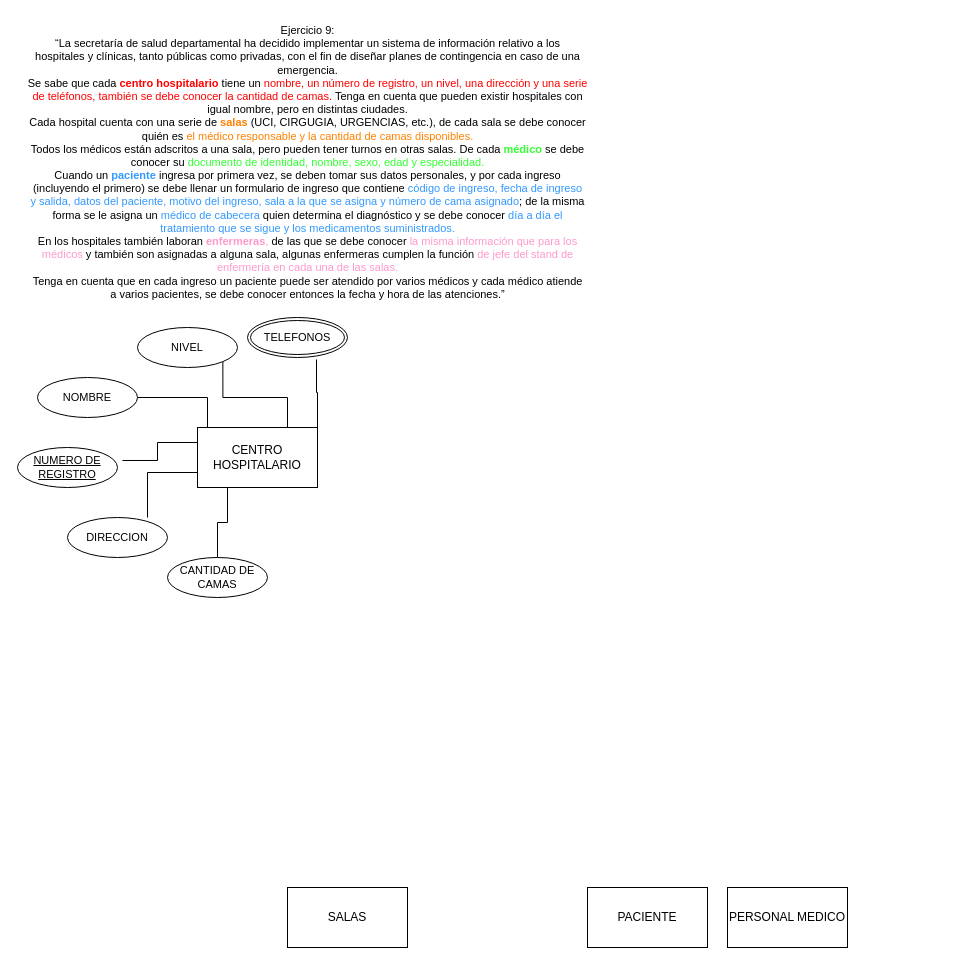
This is page "Página-5" (5 of 5) of Diagrama sin título.drawio from Cris25nkl/DIAGRAMS_BD, a draw.io file, before an edit. Source tidied: cells renumbered, new cells numbered last; positions are measured from the earlier drawing's top-left corner, leaving out a move shared by most shapes. Both pictures are drawn from the tidied source at 100%, with x=0, y=0 at pixel (17, 17).
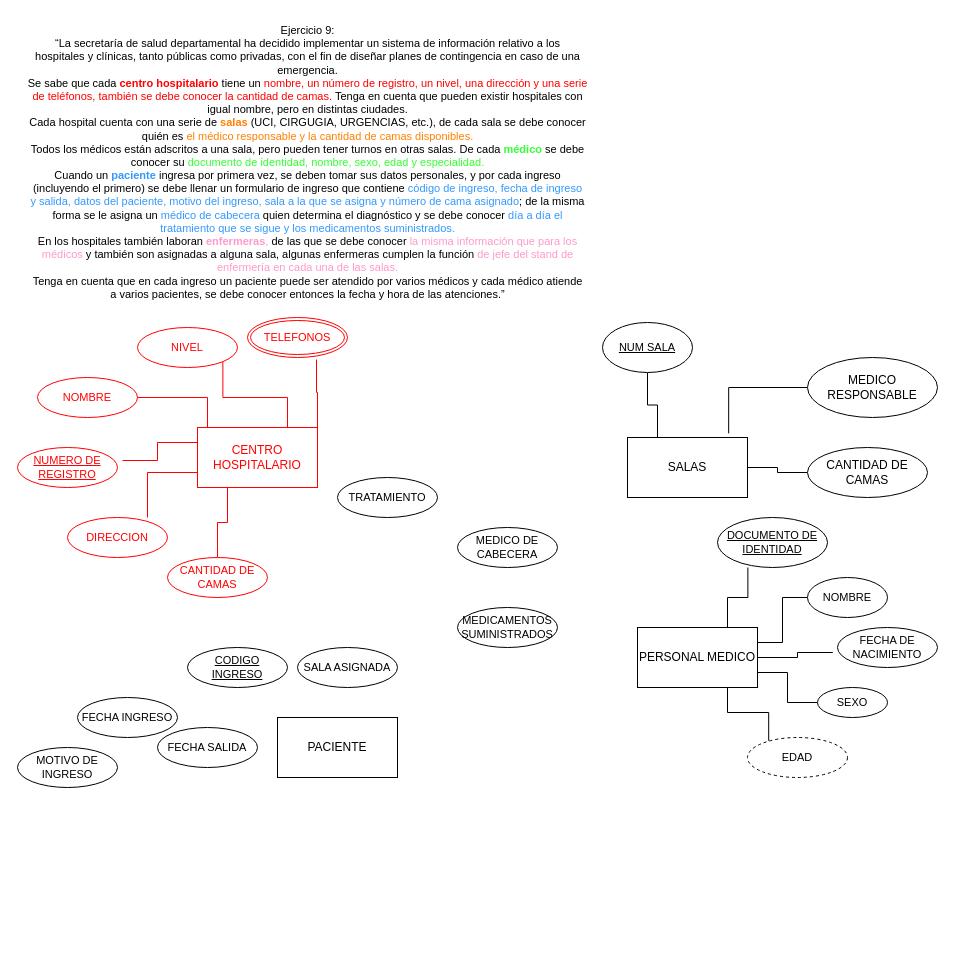
The same page after the edit.

The edit, as a diff of the source:
```diff
@@
-    <mxCell id="3" style="edgeStyle=orthogonalEdgeStyle;shape=connector;rounded=0;jettySize=auto;html=1;exitX=1;exitY=0;exitDx=0;exitDy=0;entryX=0.69;entryY=1.05;entryDx=0;entryDy=0;entryPerimeter=0;labelBackgroundColor=default;strokeColor=default;fontFamily=Helvetica;fontSize=11;fontColor=default;endArrow=none;endFill=0;" parent="1" edge="1" source="9" target="17">
+    <mxCell id="3" style="edgeStyle=orthogonalEdgeStyle;shape=connector;rounded=0;jettySize=auto;html=1;exitX=1;exitY=0;exitDx=0;exitDy=0;entryX=0.69;entryY=1.05;entryDx=0;entryDy=0;entryPerimeter=0;labelBackgroundColor=default;strokeColor=#FF0000;fontFamily=Helvetica;fontSize=11;fontColor=#FF0000;endArrow=none;endFill=0;" parent="1" edge="1" source="9" target="17">
       <mxGeometry relative="1" as="geometry" />
     </mxCell>
-    <mxCell id="4" style="edgeStyle=orthogonalEdgeStyle;shape=connector;rounded=0;jettySize=auto;html=1;exitX=0.75;exitY=0;exitDx=0;exitDy=0;entryX=1;entryY=1;entryDx=0;entryDy=0;labelBackgroundColor=default;strokeColor=default;fontFamily=Helvetica;fontSize=11;fontColor=default;endArrow=none;endFill=0;" parent="1" edge="1" source="9" target="15">
+    <mxCell id="4" style="edgeStyle=orthogonalEdgeStyle;shape=connector;rounded=0;jettySize=auto;html=1;exitX=0.75;exitY=0;exitDx=0;exitDy=0;entryX=1;entryY=1;entryDx=0;entryDy=0;labelBackgroundColor=default;strokeColor=#FF0000;fontFamily=Helvetica;fontSize=11;fontColor=#FF0000;endArrow=none;endFill=0;" parent="1" edge="1" source="9" target="15">
       <mxGeometry relative="1" as="geometry" />
     </mxCell>
-    <mxCell id="5" style="edgeStyle=orthogonalEdgeStyle;shape=connector;rounded=0;jettySize=auto;html=1;exitX=0.25;exitY=0;exitDx=0;exitDy=0;entryX=1;entryY=0.5;entryDx=0;entryDy=0;labelBackgroundColor=default;strokeColor=default;fontFamily=Helvetica;fontSize=11;fontColor=default;endArrow=none;endFill=0;" parent="1" edge="1" source="9" target="13">
+    <mxCell id="5" style="edgeStyle=orthogonalEdgeStyle;shape=connector;rounded=0;jettySize=auto;html=1;exitX=0.25;exitY=0;exitDx=0;exitDy=0;entryX=1;entryY=0.5;entryDx=0;entryDy=0;labelBackgroundColor=default;strokeColor=#FF0000;fontFamily=Helvetica;fontSize=11;fontColor=#FF0000;endArrow=none;endFill=0;" parent="1" edge="1" source="9" target="13">
       <mxGeometry relative="1" as="geometry">
         <Array as="points">
           <mxPoint x="190" y="410" />
           <mxPoint x="190" y="380" />
         </Array>
       </mxGeometry>
     </mxCell>
-    <mxCell id="6" style="edgeStyle=orthogonalEdgeStyle;shape=connector;rounded=0;jettySize=auto;html=1;exitX=0;exitY=0.25;exitDx=0;exitDy=0;entryX=1.05;entryY=0.325;entryDx=0;entryDy=0;entryPerimeter=0;labelBackgroundColor=default;strokeColor=default;fontFamily=Helvetica;fontSize=11;fontColor=default;endArrow=none;endFill=0;" parent="1" edge="1" source="9" target="14">
+    <mxCell id="6" style="edgeStyle=orthogonalEdgeStyle;shape=connector;rounded=0;jettySize=auto;html=1;exitX=0;exitY=0.25;exitDx=0;exitDy=0;entryX=1.05;entryY=0.325;entryDx=0;entryDy=0;entryPerimeter=0;labelBackgroundColor=default;strokeColor=#FF0000;fontFamily=Helvetica;fontSize=11;fontColor=#FF0000;endArrow=none;endFill=0;" parent="1" edge="1" source="9" target="14">
       <mxGeometry relative="1" as="geometry" />
     </mxCell>
-    <mxCell id="7" style="edgeStyle=orthogonalEdgeStyle;shape=connector;rounded=0;jettySize=auto;html=1;exitX=0;exitY=0.75;exitDx=0;exitDy=0;entryX=0.8;entryY=0;entryDx=0;entryDy=0;entryPerimeter=0;labelBackgroundColor=default;strokeColor=default;fontFamily=Helvetica;fontSize=11;fontColor=default;endArrow=none;endFill=0;" parent="1" edge="1" source="9" target="16">
+    <mxCell id="7" style="edgeStyle=orthogonalEdgeStyle;shape=connector;rounded=0;jettySize=auto;html=1;exitX=0;exitY=0.75;exitDx=0;exitDy=0;entryX=0.8;entryY=0;entryDx=0;entryDy=0;entryPerimeter=0;labelBackgroundColor=default;strokeColor=#FF0000;fontFamily=Helvetica;fontSize=11;fontColor=#FF0000;endArrow=none;endFill=0;" parent="1" edge="1" source="9" target="16">
       <mxGeometry relative="1" as="geometry" />
     </mxCell>
-    <mxCell id="8" style="edgeStyle=orthogonalEdgeStyle;shape=connector;rounded=0;jettySize=auto;html=1;exitX=0.25;exitY=1;exitDx=0;exitDy=0;labelBackgroundColor=default;strokeColor=default;fontFamily=Helvetica;fontSize=11;fontColor=default;endArrow=none;endFill=0;" parent="1" edge="1" source="9" target="18">
+    <mxCell id="8" style="edgeStyle=orthogonalEdgeStyle;shape=connector;rounded=0;jettySize=auto;html=1;exitX=0.25;exitY=1;exitDx=0;exitDy=0;labelBackgroundColor=default;strokeColor=#FF0000;fontFamily=Helvetica;fontSize=11;fontColor=#FF0000;endArrow=none;endFill=0;" parent="1" edge="1" source="9" target="18">
       <mxGeometry relative="1" as="geometry" />
     </mxCell>
-    <mxCell id="9" value="CENTRO HOSPITALARIO" style="whiteSpace=wrap;html=1;" parent="1" vertex="1">
+    <mxCell id="9" value="CENTRO HOSPITALARIO" style="whiteSpace=wrap;html=1;strokeColor=#FF0000;fontColor=#FF0000;" parent="1" vertex="1">
       <mxGeometry x="180" y="410" width="120" height="60" as="geometry" />
     </mxCell>
+    <mxCell id="19" style="edgeStyle=orthogonalEdgeStyle;shape=connector;rounded=0;jettySize=auto;html=1;exitX=1;exitY=0.5;exitDx=0;exitDy=0;entryX=0;entryY=0.5;entryDx=0;entryDy=0;labelBackgroundColor=default;strokeColor=#000000;fontFamily=Helvetica;fontSize=11;fontColor=#000000;endArrow=none;endFill=0;" parent="1" edge="1" source="10" target="28">
+      <mxGeometry relative="1" as="geometry" />
+    </mxCell>
+    <mxCell id="20" style="edgeStyle=orthogonalEdgeStyle;shape=connector;rounded=0;jettySize=auto;html=1;exitX=0.25;exitY=0;exitDx=0;exitDy=0;labelBackgroundColor=default;strokeColor=#000000;fontFamily=Helvetica;fontSize=11;fontColor=#000000;endArrow=none;endFill=0;" parent="1" edge="1" source="10" target="29">
+      <mxGeometry relative="1" as="geometry" />
+    </mxCell>
     <mxCell id="10" value="SALAS" style="whiteSpace=wrap;html=1;" parent="1" vertex="1">
-      <mxGeometry x="270" y="870" width="120" height="60" as="geometry" />
+      <mxGeometry x="610" y="420" width="120" height="60" as="geometry" />
     </mxCell>
     <mxCell id="11" value="PACIENTE" style="whiteSpace=wrap;html=1;" parent="1" vertex="1">
-      <mxGeometry x="570" y="870" width="120" height="60" as="geometry" />
+      <mxGeometry x="260" y="700" width="120" height="60" as="geometry" />
     </mxCell>
+    <mxCell id="21" style="edgeStyle=orthogonalEdgeStyle;shape=connector;rounded=0;jettySize=auto;html=1;exitX=0.75;exitY=0;exitDx=0;exitDy=0;entryX=0.276;entryY=1;entryDx=0;entryDy=0;entryPerimeter=0;labelBackgroundColor=default;strokeColor=#000000;fontFamily=Helvetica;fontSize=11;fontColor=#000000;endArrow=none;endFill=0;" parent="1" edge="1" source="12" target="30">
+      <mxGeometry relative="1" as="geometry" />
+    </mxCell>
+    <mxCell id="22" style="edgeStyle=orthogonalEdgeStyle;shape=connector;rounded=0;jettySize=auto;html=1;exitX=1;exitY=0.25;exitDx=0;exitDy=0;entryX=0;entryY=0.5;entryDx=0;entryDy=0;labelBackgroundColor=default;strokeColor=#000000;fontFamily=Helvetica;fontSize=11;fontColor=#000000;endArrow=none;endFill=0;" parent="1" edge="1" source="12" target="31">
+      <mxGeometry relative="1" as="geometry" />
+    </mxCell>
+    <mxCell id="23" style="edgeStyle=orthogonalEdgeStyle;shape=connector;rounded=0;jettySize=auto;html=1;exitX=1;exitY=0.5;exitDx=0;exitDy=0;entryX=-0.047;entryY=0.625;entryDx=0;entryDy=0;entryPerimeter=0;labelBackgroundColor=default;strokeColor=#000000;fontFamily=Helvetica;fontSize=11;fontColor=#000000;endArrow=none;endFill=0;" parent="1" edge="1" source="12" target="33">
+      <mxGeometry relative="1" as="geometry" />
+    </mxCell>
+    <mxCell id="24" style="edgeStyle=orthogonalEdgeStyle;shape=connector;rounded=0;jettySize=auto;html=1;exitX=1;exitY=0.75;exitDx=0;exitDy=0;entryX=0;entryY=0.5;entryDx=0;entryDy=0;labelBackgroundColor=default;strokeColor=#000000;fontFamily=Helvetica;fontSize=11;fontColor=#000000;endArrow=none;endFill=0;" parent="1" edge="1" source="12" target="32">
+      <mxGeometry relative="1" as="geometry" />
+    </mxCell>
+    <mxCell id="25" style="edgeStyle=orthogonalEdgeStyle;shape=connector;rounded=0;jettySize=auto;html=1;exitX=0.75;exitY=1;exitDx=0;exitDy=0;entryX=0.212;entryY=0.083;entryDx=0;entryDy=0;entryPerimeter=0;labelBackgroundColor=default;strokeColor=#000000;fontFamily=Helvetica;fontSize=11;fontColor=#000000;endArrow=none;endFill=0;" parent="1" edge="1" source="12" target="34">
+      <mxGeometry relative="1" as="geometry" />
+    </mxCell>
     <mxCell id="12" value="PERSONAL MEDICO" style="whiteSpace=wrap;html=1;" parent="1" vertex="1">
-      <mxGeometry x="710" y="870" width="120" height="60" as="geometry" />
+      <mxGeometry x="620" y="610" width="120" height="60" as="geometry" />
     </mxCell>
-    <mxCell id="13" value="NOMBRE" style="ellipse;whiteSpace=wrap;html=1;align=center;fontFamily=Helvetica;fontSize=11;fontColor=default;" parent="1" vertex="1">
+    <mxCell id="13" value="NOMBRE" style="ellipse;whiteSpace=wrap;html=1;align=center;fontFamily=Helvetica;fontSize=11;fontColor=#FF0000;strokeColor=#FF0000;" parent="1" vertex="1">
       <mxGeometry x="20" y="360" width="100" height="40" as="geometry" />
     </mxCell>
-    <mxCell id="14" value="NUMERO DE REGISTRO" style="ellipse;whiteSpace=wrap;html=1;align=center;fontStyle=4;fontFamily=Helvetica;fontSize=11;fontColor=default;" parent="1" vertex="1">
+    <mxCell id="14" value="NUMERO DE REGISTRO" style="ellipse;whiteSpace=wrap;html=1;align=center;fontStyle=4;fontFamily=Helvetica;fontSize=11;fontColor=#FF0000;strokeColor=#FF0000;" parent="1" vertex="1">
       <mxGeometry y="430" width="100" height="40" as="geometry" />
     </mxCell>
-    <mxCell id="15" value="NIVEL" style="ellipse;whiteSpace=wrap;html=1;align=center;fontFamily=Helvetica;fontSize=11;fontColor=default;" parent="1" vertex="1">
+    <mxCell id="15" value="NIVEL" style="ellipse;whiteSpace=wrap;html=1;align=center;fontFamily=Helvetica;fontSize=11;fontColor=#FF0000;strokeColor=#FF0000;" parent="1" vertex="1">
       <mxGeometry x="120" y="310" width="100" height="40" as="geometry" />
     </mxCell>
-    <mxCell id="16" value="DIRECCION" style="ellipse;whiteSpace=wrap;html=1;align=center;fontFamily=Helvetica;fontSize=11;fontColor=default;" parent="1" vertex="1">
+    <mxCell id="16" value="DIRECCION" style="ellipse;whiteSpace=wrap;html=1;align=center;fontFamily=Helvetica;fontSize=11;fontColor=#FF0000;strokeColor=#FF0000;" parent="1" vertex="1">
       <mxGeometry x="50" y="500" width="100" height="40" as="geometry" />
     </mxCell>
-    <mxCell id="17" value="TELEFONOS" style="ellipse;shape=doubleEllipse;margin=3;whiteSpace=wrap;html=1;align=center;fontFamily=Helvetica;fontSize=11;fontColor=default;" parent="1" vertex="1">
+    <mxCell id="17" value="TELEFONOS" style="ellipse;shape=doubleEllipse;margin=3;whiteSpace=wrap;html=1;align=center;fontFamily=Helvetica;fontSize=11;fontColor=#FF0000;strokeColor=#FF0000;" parent="1" vertex="1">
       <mxGeometry x="230" y="300" width="100" height="40" as="geometry" />
     </mxCell>
-    <mxCell id="18" value="CANTIDAD DE CAMAS" style="ellipse;whiteSpace=wrap;html=1;align=center;fontFamily=Helvetica;fontSize=11;fontColor=default;" parent="1" vertex="1">
+    <mxCell id="18" value="CANTIDAD DE CAMAS" style="ellipse;whiteSpace=wrap;html=1;align=center;fontFamily=Helvetica;fontSize=11;fontColor=#FF0000;strokeColor=#FF0000;" parent="1" vertex="1">
       <mxGeometry x="150" y="540" width="100" height="40" as="geometry" />
     </mxCell>
+    <mxCell id="26" style="edgeStyle=orthogonalEdgeStyle;shape=connector;rounded=0;jettySize=auto;html=1;exitX=0;exitY=0.5;exitDx=0;exitDy=0;entryX=0.843;entryY=-0.069;entryDx=0;entryDy=0;entryPerimeter=0;labelBackgroundColor=default;strokeColor=#000000;fontFamily=Helvetica;fontSize=11;fontColor=#000000;endArrow=none;endFill=0;" parent="1" edge="1" source="27" target="10">
+      <mxGeometry relative="1" as="geometry" />
+    </mxCell>
+    <mxCell id="27" value="MEDICO RESPONSABLE" style="ellipse;whiteSpace=wrap;html=1;" parent="1" vertex="1">
+      <mxGeometry x="790" y="340" width="130" height="60" as="geometry" />
+    </mxCell>
+    <mxCell id="28" value="CANTIDAD DE CAMAS" style="ellipse;whiteSpace=wrap;html=1;" parent="1" vertex="1">
+      <mxGeometry x="790" y="430" width="120" height="50" as="geometry" />
+    </mxCell>
+    <mxCell id="29" value="&lt;font color=&quot;#000000&quot;&gt;&lt;u&gt;NUM SALA&lt;/u&gt;&lt;/font&gt;" style="ellipse;whiteSpace=wrap;html=1;fontFamily=Helvetica;fontSize=11;fontColor=#FF0000;" parent="1" vertex="1">
+      <mxGeometry x="585" y="305" width="90" height="50" as="geometry" />
+    </mxCell>
+    <mxCell id="30" value="&lt;u&gt;DOCUMENTO DE IDENTIDAD&lt;/u&gt;" style="ellipse;whiteSpace=wrap;html=1;fontFamily=Helvetica;fontSize=11;fontColor=#000000;" parent="1" vertex="1">
+      <mxGeometry x="700" y="500" width="110" height="50" as="geometry" />
+    </mxCell>
+    <mxCell id="31" value="NOMBRE" style="ellipse;whiteSpace=wrap;html=1;fontFamily=Helvetica;fontSize=11;fontColor=#000000;" parent="1" vertex="1">
+      <mxGeometry x="790" y="560" width="80" height="40" as="geometry" />
+    </mxCell>
+    <mxCell id="32" value="SEXO" style="ellipse;whiteSpace=wrap;html=1;fontFamily=Helvetica;fontSize=11;fontColor=#000000;" parent="1" vertex="1">
+      <mxGeometry x="800" y="670" width="70" height="30" as="geometry" />
+    </mxCell>
+    <mxCell id="33" value="FECHA DE NACIMIENTO" style="ellipse;whiteSpace=wrap;html=1;fontFamily=Helvetica;fontSize=11;fontColor=#000000;" parent="1" vertex="1">
+      <mxGeometry x="820" y="610" width="100" height="40" as="geometry" />
+    </mxCell>
+    <mxCell id="34" value="EDAD" style="ellipse;whiteSpace=wrap;html=1;align=center;dashed=1;fontFamily=Helvetica;fontSize=11;fontColor=#000000;" parent="1" vertex="1">
+      <mxGeometry x="730" y="720" width="100" height="40" as="geometry" />
+    </mxCell>
+    <mxCell id="35" value="FECHA INGRESO" style="ellipse;whiteSpace=wrap;html=1;align=center;fontFamily=Helvetica;fontSize=11;fontColor=#000000;" parent="1" vertex="1">
+      <mxGeometry x="60" y="680" width="100" height="40" as="geometry" />
+    </mxCell>
+    <mxCell id="36" value="CODIGO INGRESO" style="ellipse;whiteSpace=wrap;html=1;align=center;fontStyle=4;fontFamily=Helvetica;fontSize=11;fontColor=#000000;" parent="1" vertex="1">
+      <mxGeometry x="170" y="630" width="100" height="40" as="geometry" />
+    </mxCell>
+    <mxCell id="37" value="FECHA SALIDA" style="ellipse;whiteSpace=wrap;html=1;align=center;fontFamily=Helvetica;fontSize=11;fontColor=#000000;" parent="1" vertex="1">
+      <mxGeometry x="140" y="710" width="100" height="40" as="geometry" />
+    </mxCell>
+    <mxCell id="38" value="MOTIVO DE INGRESO" style="ellipse;whiteSpace=wrap;html=1;align=center;fontFamily=Helvetica;fontSize=11;fontColor=#000000;" parent="1" vertex="1">
+      <mxGeometry y="730" width="100" height="40" as="geometry" />
+    </mxCell>
+    <mxCell id="39" value="SALA ASIGNADA" style="ellipse;whiteSpace=wrap;html=1;align=center;fontFamily=Helvetica;fontSize=11;fontColor=#000000;" parent="1" vertex="1">
+      <mxGeometry x="280" y="630" width="100" height="40" as="geometry" />
+    </mxCell>
+    <mxCell id="40" value="MEDICO DE CABECERA" style="ellipse;whiteSpace=wrap;html=1;align=center;fontFamily=Helvetica;fontSize=11;fontColor=#000000;" parent="1" vertex="1">
+      <mxGeometry x="440" y="510" width="100" height="40" as="geometry" />
+    </mxCell>
+    <mxCell id="41" value="MEDICAMENTOS SUMINISTRADOS" style="ellipse;whiteSpace=wrap;html=1;align=center;fontFamily=Helvetica;fontSize=11;fontColor=#000000;" parent="1" vertex="1">
+      <mxGeometry x="440" y="590" width="100" height="40" as="geometry" />
+    </mxCell>
+    <mxCell id="42" value="TRATAMIENTO" style="ellipse;whiteSpace=wrap;html=1;align=center;fontFamily=Helvetica;fontSize=11;fontColor=#000000;" parent="1" vertex="1">
+      <mxGeometry x="320" y="460" width="100" height="40" as="geometry" />
+    </mxCell>
```
